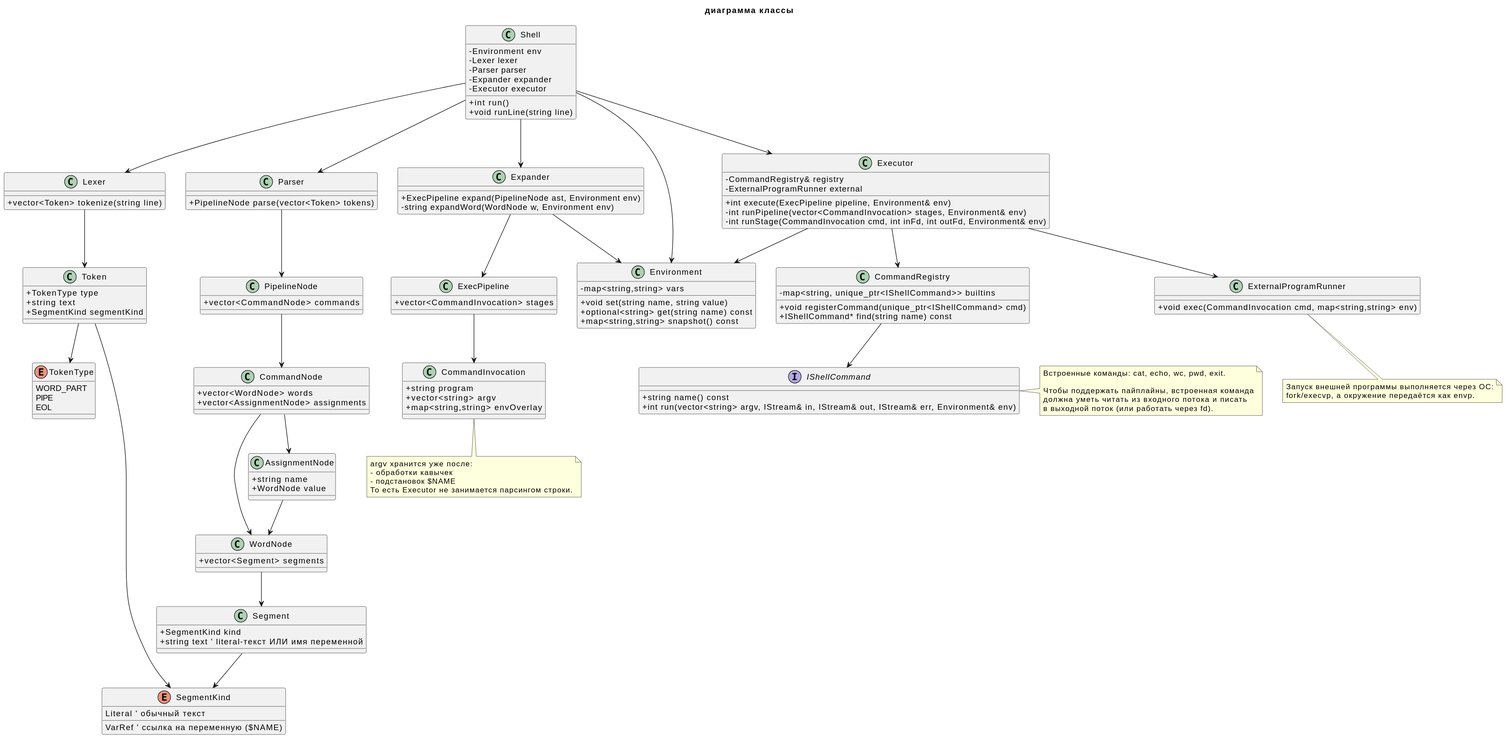
Above: docs/diagrams/rendered/classes.svg in Spydula/CLI-SD-HSE-2026 (PlantUML), before the change. The source it was exported from:
```plantuml
@startuml
title диаграмма классы
skinparam shadowing false
skinparam classAttributeIconSize 0

class Shell {
  - Environment env
  - Lexer lexer
  - Parser parser
  - Expander expander
  - Executor executor
  + int run()
  + void runLine(string line)
}

class Lexer {
  + vector<Token> tokenize(string line)
}

enum TokenType {
  WORD_PART
  PIPE
  EOL
}

class Token {
  + TokenType type
  + string text
  + SegmentKind segmentKind
}

enum SegmentKind {
  Literal  ' обычный текст
  VarRef   ' ссылка на переменную ($NAME)
}

class Parser {
  + PipelineNode parse(vector<Token> tokens)
}

class PipelineNode {
  + vector<CommandNode> commands
}

class CommandNode {
  + vector<WordNode> words
  + vector<AssignmentNode> assignments
}

class WordNode {
  + vector<Segment> segments
}

class Segment {
  + SegmentKind kind
  + string text  ' literal-текст ИЛИ имя переменной
}

class AssignmentNode {
  + string name
  + WordNode value
}

class Expander {
  + ExecPipeline expand(PipelineNode ast, Environment env)
  - string expandWord(WordNode w, Environment env)
}

class ExecPipeline {
  + vector<CommandInvocation> stages
}

class CommandInvocation {
  + string program
  + vector<string> argv
  + map<string,string> envOverlay
}

class Environment {
  - map<string,string> vars
  + void set(string name, string value)
  + optional<string> get(string name) const
  + map<string,string> snapshot() const
}

interface IShellCommand {
  + string name() const
  + int run(vector<string> argv, IStream& in, IStream& out, IStream& err, Environment& env)
}

class CommandRegistry {
  - map<string, unique_ptr<IShellCommand>> builtins
  + void registerCommand(unique_ptr<IShellCommand> cmd)
  + IShellCommand* find(string name) const
}

class Executor {
  - CommandRegistry& registry
  - ExternalProgramRunner external
  + int execute(ExecPipeline pipeline, Environment& env)
  - int runPipeline(vector<CommandInvocation> stages, Environment& env)
  - int runStage(CommandInvocation cmd, int inFd, int outFd, Environment& env)
}

class ExternalProgramRunner {
  + void exec(CommandInvocation cmd, map<string,string> env)
}

Shell --> Lexer
Shell --> Parser
Shell --> Expander
Shell --> Executor
Shell --> Environment

Lexer --> Token
Token --> TokenType
Token --> SegmentKind

Parser --> PipelineNode
PipelineNode --> CommandNode
CommandNode --> WordNode
CommandNode --> AssignmentNode
WordNode --> Segment
Segment --> SegmentKind
AssignmentNode --> WordNode

Expander --> ExecPipeline
ExecPipeline --> CommandInvocation
Expander --> Environment

Executor --> CommandRegistry
CommandRegistry --> IShellCommand
Executor --> ExternalProgramRunner
Executor --> Environment

note right of IShellCommand
Встроенные команды: cat, echo, wc, pwd, exit.

Чтобы поддержать пайплайны, встроенная команда
должна уметь читать из входного потока и писать
в выходной поток (или работать через fd).
end note

note bottom of ExternalProgramRunner
Запуск внешней программы выполняется через ОС:
fork/execvp, а окружение передаётся как envp.
end note

note bottom of CommandInvocation
argv хранится уже после:
- обработки кавычек
- подстановок $NAME
То есть Executor не занимается парсингом строки.
end note
@enduml
```
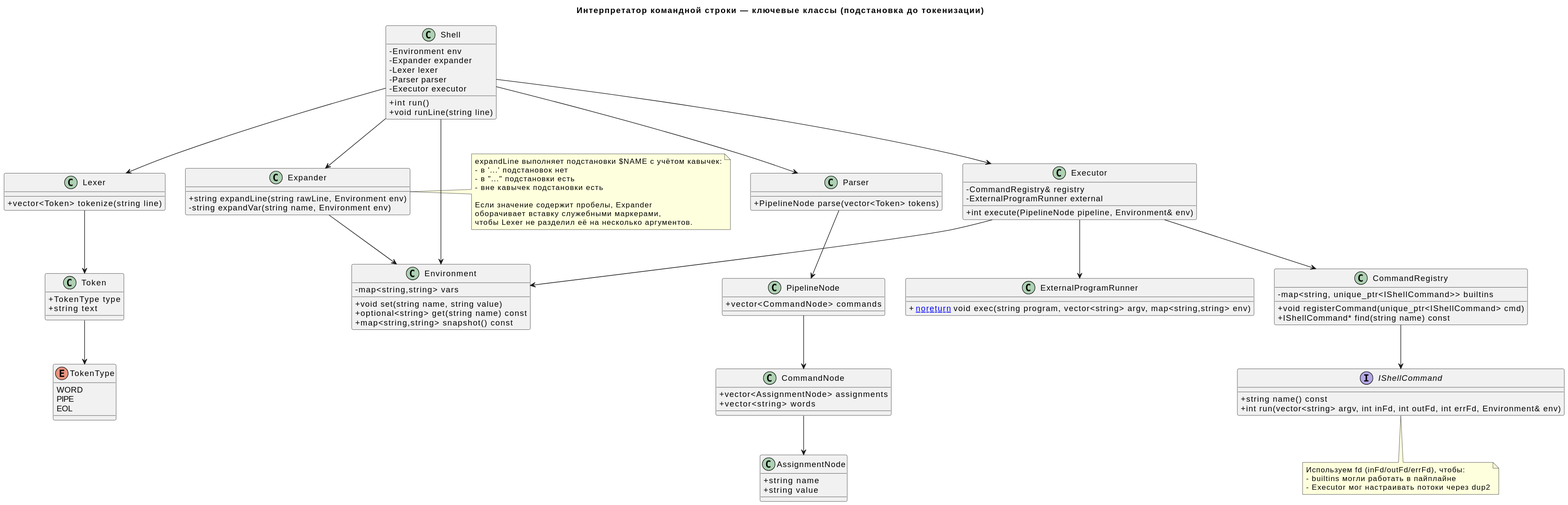
Later version of the same file.

The edit, as a diff of the source:
```diff
@@ -1,24 +1,40 @@
 @startuml
-title диаграмма классы
+title Интерпретатор командной строки — ключевые классы (подстановка до токенизации)
 skinparam shadowing false
 skinparam classAttributeIconSize 0
 
 class Shell {
   - Environment env
+  - Expander expander
   - Lexer lexer
   - Parser parser
-  - Expander expander
   - Executor executor
   + int run()
   + void runLine(string line)
 }
+
+class Expander {
+  + string expandLine(string rawLine, Environment env)
+  - string expandVar(string name, Environment env)
+}
+
+note right of Expander
+expandLine выполняет подстановки $NAME с учётом кавычек:
+- в '...' подстановок нет
+- в "..." подстановки есть
+- вне кавычек подстановки есть
+
+Если значение содержит пробелы, Expander
+оборачивает вставку служебными маркерами,
+чтобы Lexer не разделил её на несколько аргументов.
+end note
 
 class Lexer {
   + vector<Token> tokenize(string line)
 }
 
 enum TokenType {
-  WORD_PART
+  WORD
   PIPE
   EOL
 }
@@ -26,12 +42,6 @@
 class Token {
   + TokenType type
   + string text
-  + SegmentKind segmentKind
-}
-
-enum SegmentKind {
-  Literal  ' обычный текст
-  VarRef   ' ссылка на переменную ($NAME)
 }
 
 class Parser {
@@ -43,37 +53,13 @@
 }
 
 class CommandNode {
-  + vector<WordNode> words
   + vector<AssignmentNode> assignments
-}
-
-class WordNode {
-  + vector<Segment> segments
-}
-
-class Segment {
-  + SegmentKind kind
-  + string text  ' literal-текст ИЛИ имя переменной
+  + vector<string> words
 }
 
 class AssignmentNode {
   + string name
-  + WordNode value
-}
-
-class Expander {
-  + ExecPipeline expand(PipelineNode ast, Environment env)
-  - string expandWord(WordNode w, Environment env)
-}
-
-class ExecPipeline {
-  + vector<CommandInvocation> stages
-}
-
-class CommandInvocation {
-  + string program
-  + vector<string> argv
-  + map<string,string> envOverlay
+  + string value
 }
 
 class Environment {
@@ -85,7 +71,7 @@
 
 interface IShellCommand {
   + string name() const
-  + int run(vector<string> argv, IStream& in, IStream& out, IStream& err, Environment& env)
+  + int run(vector<string> argv, int inFd, int outFd, int errFd, Environment& env)
 }
 
 class CommandRegistry {
@@ -97,59 +83,34 @@
 class Executor {
   - CommandRegistry& registry
   - ExternalProgramRunner external
-  + int execute(ExecPipeline pipeline, Environment& env)
-  - int runPipeline(vector<CommandInvocation> stages, Environment& env)
-  - int runStage(CommandInvocation cmd, int inFd, int outFd, Environment& env)
+  + int execute(PipelineNode pipeline, Environment& env)
 }
 
 class ExternalProgramRunner {
-  + void exec(CommandInvocation cmd, map<string,string> env)
+  + [[noreturn]] void exec(string program, vector<string> argv, map<string,string> env)
 }
 
+Shell --> Expander
 Shell --> Lexer
 Shell --> Parser
-Shell --> Expander
 Shell --> Executor
 Shell --> Environment
 
+Expander --> Environment
 Lexer --> Token
 Token --> TokenType
-Token --> SegmentKind
-
 Parser --> PipelineNode
 PipelineNode --> CommandNode
-CommandNode --> WordNode
 CommandNode --> AssignmentNode
-WordNode --> Segment
-Segment --> SegmentKind
-AssignmentNode --> WordNode
-
-Expander --> ExecPipeline
-ExecPipeline --> CommandInvocation
-Expander --> Environment
 
 Executor --> CommandRegistry
 CommandRegistry --> IShellCommand
 Executor --> ExternalProgramRunner
 Executor --> Environment
 
-note right of IShellCommand
-Встроенные команды: cat, echo, wc, pwd, exit.
-
-Чтобы поддержать пайплайны, встроенная команда
-должна уметь читать из входного потока и писать
-в выходной поток (или работать через fd).
-end note
-
-note bottom of ExternalProgramRunner
-Запуск внешней программы выполняется через ОС:
-fork/execvp, а окружение передаётся как envp.
-end note
-
-note bottom of CommandInvocation
-argv хранится уже после:
-- обработки кавычек
-- подстановок $NAME
-То есть Executor не занимается парсингом строки.
+note bottom of IShellCommand
+Используем fd (inFd/outFd/errFd), чтобы:
+- builtins могли работать в пайплайне
+- Executor мог настраивать потоки через dup2
 end note
 @enduml
```
